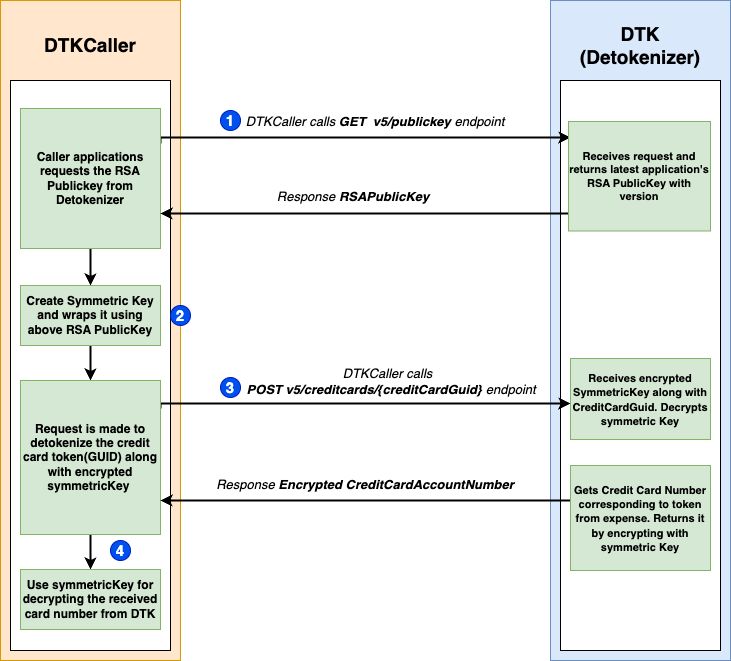
Before: src/api-reference/detokenizer/v5.detokenizer-get-started-process-flow.png, a diagram exported from draw.io (SAP-docs/preview.developer.concur.com). Source tidied: cells renumbered, new cells last; positions are measured from the earlier drawing's top-left corner, leaving out a move shared by most shapes. The source it was exported from:
```xml
<mxGraphModel>
  <root>
    <mxCell id="0" />
    <mxCell id="1" parent="0" />
    <mxCell id="2" style="rounded=0;whiteSpace=wrap;html=1;fillColor=#ffe6cc;strokeColor=#d79b00;" parent="1" vertex="1">
      <mxGeometry width="180" height="660" as="geometry" />
    </mxCell>
    <mxCell id="3" style="rounded=0;whiteSpace=wrap;html=1;" parent="1" vertex="1">
      <mxGeometry x="10" y="80" width="160" height="570" as="geometry" />
    </mxCell>
    <mxCell id="4" value="&lt;b&gt;&lt;font style=&quot;font-size: 19px;&quot;&gt;DTKCaller&lt;/font&gt;&lt;/b&gt;" style="text;html=1;align=center;verticalAlign=middle;whiteSpace=wrap;rounded=0;" parent="1" vertex="1">
      <mxGeometry x="60" y="30" width="60" height="30" as="geometry" />
    </mxCell>
    <mxCell id="5" style="rounded=0;whiteSpace=wrap;html=1;fillColor=#dae8fc;strokeColor=#6c8ebf;" parent="1" vertex="1">
      <mxGeometry x="550" width="180" height="660" as="geometry" />
    </mxCell>
    <mxCell id="6" style="rounded=0;whiteSpace=wrap;html=1;" parent="1" vertex="1">
      <mxGeometry x="560" y="80" width="160" height="570" as="geometry" />
    </mxCell>
    <mxCell id="7" value="&lt;b&gt;&lt;font style=&quot;font-size: 19px;&quot;&gt;DTK (Detokenizer)&lt;/font&gt;&lt;/b&gt;" style="text;html=1;align=center;verticalAlign=middle;whiteSpace=wrap;rounded=0;" parent="1" vertex="1">
      <mxGeometry x="610" y="30" width="60" height="30" as="geometry" />
    </mxCell>
    <mxCell id="8" style="edgeStyle=orthogonalEdgeStyle;rounded=0;jettySize=auto;html=1;strokeWidth=2;" parent="1" edge="1" source="9" target="17">
      <mxGeometry relative="1" as="geometry" />
    </mxCell>
    <mxCell id="9" value="&lt;b&gt;Create Symmetric Key and wraps it using above RSA PublicKey&lt;/b&gt;" style="rounded=0;whiteSpace=wrap;html=1;fillColor=#d5e8d4;strokeColor=#82b366;" parent="1" vertex="1">
      <mxGeometry x="20" y="285" width="140" height="60" as="geometry" />
    </mxCell>
    <mxCell id="10" style="edgeStyle=orthogonalEdgeStyle;rounded=0;jettySize=auto;html=1;exitX=1;exitY=0.25;exitDx=0;exitDy=0;strokeWidth=2;" parent="1" edge="1" source="12">
      <mxGeometry relative="1" as="geometry">
        <mxPoint x="570" y="137" as="targetPoint" />
        <Array as="points">
          <mxPoint x="160" y="137" />
        </Array>
      </mxGeometry>
    </mxCell>
    <mxCell id="11" style="edgeStyle=orthogonalEdgeStyle;rounded=0;jettySize=auto;html=1;strokeWidth=2;" parent="1" edge="1" source="12" target="9">
      <mxGeometry relative="1" as="geometry" />
    </mxCell>
    <mxCell id="12" value="&lt;b&gt;Caller applications requests the RSA Publickey from Detokenizer&lt;/b&gt;" style="rounded=0;whiteSpace=wrap;html=1;fillColor=#d5e8d4;strokeColor=#82b366;" parent="1" vertex="1">
      <mxGeometry x="20" y="108" width="140" height="140" as="geometry" />
    </mxCell>
    <mxCell id="13" style="edgeStyle=orthogonalEdgeStyle;rounded=0;jettySize=auto;html=1;exitX=0;exitY=0.75;exitDx=0;exitDy=0;entryX=1;entryY=0.75;entryDx=0;entryDy=0;strokeWidth=2;" parent="1" edge="1" source="14" target="12">
      <mxGeometry relative="1" as="geometry">
        <Array as="points">
          <mxPoint x="570" y="213" />
        </Array>
      </mxGeometry>
    </mxCell>
    <mxCell id="14" value="&lt;b&gt;Receives request and returns latest application's RSA PublicKey with version&lt;/b&gt;" style="rounded=0;whiteSpace=wrap;html=1;fillColor=#d5e8d4;strokeColor=#82b366;fontSize=11;" parent="1" vertex="1">
      <mxGeometry x="568" y="121" width="142" height="109.5" as="geometry" />
    </mxCell>
    <mxCell id="15" style="edgeStyle=orthogonalEdgeStyle;rounded=0;orthogonalLoop=1;jettySize=auto;html=1;exitX=1;exitY=0.25;exitDx=0;exitDy=0;strokeWidth=2;" parent="1" edge="1">
      <mxGeometry relative="1" as="geometry">
        <mxPoint x="160" y="408" as="sourcePoint" />
        <mxPoint x="570" y="403" as="targetPoint" />
        <Array as="points">
          <mxPoint x="160" y="403" />
        </Array>
      </mxGeometry>
    </mxCell>
    <mxCell id="16" style="edgeStyle=orthogonalEdgeStyle;rounded=0;jettySize=auto;html=1;strokeWidth=2;" parent="1" edge="1" source="17" target="21">
      <mxGeometry relative="1" as="geometry" />
    </mxCell>
    <mxCell id="17" value="&lt;b&gt;Request is made to detokenize the credit card token(GUID) along with&amp;nbsp;&lt;/b&gt;&lt;b&gt;encrypted symmetricKey&lt;/b&gt;&lt;b style=&quot;background-color: transparent; color: light-dark(rgb(0, 0, 0), rgb(255, 255, 255));&quot;&gt;&amp;nbsp;&lt;/b&gt;" style="rounded=0;whiteSpace=wrap;html=1;fillColor=#d5e8d4;strokeColor=#82b366;" parent="1" vertex="1">
      <mxGeometry x="20" y="380" width="140" height="154" as="geometry" />
    </mxCell>
    <mxCell id="18" value="&lt;b&gt;&lt;font style=&quot;font-size: 11px;&quot;&gt;Receives encrypted SymmetricKey along with CreditCardGuid. Decrypts symmetric Key&lt;/font&gt;&lt;/b&gt;" style="rounded=0;whiteSpace=wrap;html=1;fillColor=#d5e8d4;strokeColor=#82b366;" parent="1" vertex="1">
      <mxGeometry x="570" y="358" width="140" height="81" as="geometry" />
    </mxCell>
    <mxCell id="19" style="edgeStyle=orthogonalEdgeStyle;rounded=0;orthogonalLoop=1;jettySize=auto;html=1;entryX=1;entryY=0.75;entryDx=0;entryDy=0;strokeWidth=2;" parent="1" edge="1">
      <mxGeometry relative="1" as="geometry">
        <mxPoint x="570" y="500" as="sourcePoint" />
        <mxPoint x="160" y="500" as="targetPoint" />
        <Array as="points">
          <mxPoint x="470" y="500" />
          <mxPoint x="470" y="500" />
        </Array>
      </mxGeometry>
    </mxCell>
    <mxCell id="20" value="&lt;b&gt;&lt;font style=&quot;font-size: 11px;&quot;&gt;Gets Credit Card Number corresponding to token from expense. Returns it by encrypting with symmetric Key&lt;/font&gt;&lt;/b&gt;" style="rounded=0;whiteSpace=wrap;html=1;fillColor=#d5e8d4;strokeColor=#82b366;" parent="1" vertex="1">
      <mxGeometry x="570" y="465" width="140" height="105" as="geometry" />
    </mxCell>
    <mxCell id="21" value="&lt;b&gt;Use symmetricKey for decrypting the received card number from DTK&lt;/b&gt;" style="rounded=0;whiteSpace=wrap;html=1;fillColor=#d5e8d4;strokeColor=#82b366;" parent="1" vertex="1">
      <mxGeometry x="20" y="569" width="140" height="60" as="geometry" />
    </mxCell>
    <mxCell id="22" value="&lt;i&gt;DTKCaller calls &lt;b&gt;GET&amp;nbsp; v5/publickey &lt;/b&gt;endpoint&lt;/i&gt;" style="text;html=1;align=center;verticalAlign=middle;whiteSpace=wrap;rounded=0;fontSize=13;" parent="1" vertex="1">
      <mxGeometry x="235" y="106" width="280" height="30" as="geometry" />
    </mxCell>
    <mxCell id="23" value="&lt;b&gt;&lt;font&gt;1&lt;/font&gt;&lt;/b&gt;" style="ellipse;whiteSpace=wrap;html=1;fillColor=#0050ef;fontColor=#ffffff;strokeColor=#001DBC;fontSize=15;" parent="1" vertex="1">
      <mxGeometry x="220" y="110" width="20" height="20" as="geometry" />
    </mxCell>
    <mxCell id="24" value="&lt;i&gt;DTKCaller calls&lt;/i&gt;&lt;div&gt;&lt;i&gt;&amp;nbsp;&amp;nbsp;&lt;b&gt;POST v5/creditcards/{creditCardGuid}&amp;nbsp;&lt;/b&gt;endpoint&lt;/i&gt;&lt;/div&gt;" style="text;html=1;align=center;verticalAlign=middle;whiteSpace=wrap;rounded=0;fontSize=13;" parent="1" vertex="1">
      <mxGeometry x="235" y="369" width="305" height="24" as="geometry" />
    </mxCell>
    <mxCell id="25" value="&lt;b&gt;&lt;font&gt;3&lt;/font&gt;&lt;/b&gt;" style="ellipse;whiteSpace=wrap;html=1;fillColor=#0050ef;fontColor=#ffffff;strokeColor=#001DBC;fontSize=15;" parent="1" vertex="1">
      <mxGeometry x="220" y="377" width="20" height="20" as="geometry" />
    </mxCell>
    <mxCell id="26" value="&lt;i&gt;Response&amp;nbsp;&lt;b&gt;RSAPublicKey&lt;/b&gt;&lt;/i&gt;" style="text;html=1;align=center;verticalAlign=middle;whiteSpace=wrap;rounded=0;fontSize=13;" parent="1" vertex="1">
      <mxGeometry x="213" y="181" width="280" height="30" as="geometry" />
    </mxCell>
    <mxCell id="27" value="&lt;i&gt;Response &lt;b&gt;Encrypted&amp;nbsp;CreditCardAccountNumber&lt;/b&gt;&lt;/i&gt;" style="text;html=1;align=center;verticalAlign=middle;whiteSpace=wrap;rounded=0;fontSize=13;" parent="1" vertex="1">
      <mxGeometry x="210" y="469" width="310" height="30" as="geometry" />
    </mxCell>
    <mxCell id="28" value="&lt;b&gt;&lt;font&gt;2&lt;/font&gt;&lt;/b&gt;" style="ellipse;whiteSpace=wrap;html=1;fillColor=#0050ef;fontColor=#ffffff;strokeColor=#001DBC;fontSize=15;" parent="1" vertex="1">
      <mxGeometry x="170" y="305" width="20" height="20" as="geometry" />
    </mxCell>
    <mxCell id="29" value="&lt;b&gt;&lt;font&gt;4&lt;/font&gt;&lt;/b&gt;" style="ellipse;whiteSpace=wrap;html=1;fillColor=#0050ef;fontColor=#ffffff;strokeColor=#001DBC;fontSize=15;" parent="1" vertex="1">
      <mxGeometry x="110" y="540" width="20" height="20" as="geometry" />
    </mxCell>
  </root>
</mxGraphModel>
```
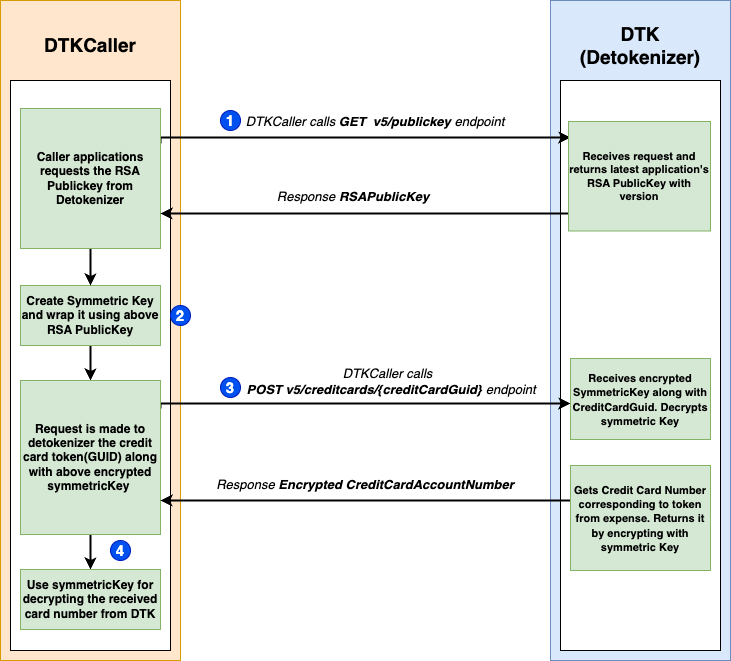
The same file after the commit.

Commit message:
DTK V5 Markdown

Change to the diagram source:
```diff
@@ -23,7 +23,7 @@
     <mxCell id="8" style="edgeStyle=orthogonalEdgeStyle;rounded=0;jettySize=auto;html=1;strokeWidth=2;" parent="1" edge="1" source="9" target="17">
       <mxGeometry relative="1" as="geometry" />
     </mxCell>
-    <mxCell id="9" value="&lt;b&gt;Create Symmetric Key and wraps it using above RSA PublicKey&lt;/b&gt;" style="rounded=0;whiteSpace=wrap;html=1;fillColor=#d5e8d4;strokeColor=#82b366;" parent="1" vertex="1">
+    <mxCell id="9" value="&lt;b&gt;Create Symmetric Key and wrap it using above RSA PublicKey&lt;/b&gt;" style="rounded=0;whiteSpace=wrap;html=1;fillColor=#d5e8d4;strokeColor=#82b366;" parent="1" vertex="1">
       <mxGeometry x="20" y="285" width="140" height="60" as="geometry" />
     </mxCell>
     <mxCell id="10" style="edgeStyle=orthogonalEdgeStyle;rounded=0;jettySize=auto;html=1;exitX=1;exitY=0.25;exitDx=0;exitDy=0;strokeWidth=2;" parent="1" edge="1" source="12">
@@ -62,7 +62,7 @@
     <mxCell id="16" style="edgeStyle=orthogonalEdgeStyle;rounded=0;jettySize=auto;html=1;strokeWidth=2;" parent="1" edge="1" source="17" target="21">
       <mxGeometry relative="1" as="geometry" />
     </mxCell>
-    <mxCell id="17" value="&lt;b&gt;Request is made to detokenize the credit card token(GUID) along with&amp;nbsp;&lt;/b&gt;&lt;b&gt;encrypted symmetricKey&lt;/b&gt;&lt;b style=&quot;background-color: transparent; color: light-dark(rgb(0, 0, 0), rgb(255, 255, 255));&quot;&gt;&amp;nbsp;&lt;/b&gt;" style="rounded=0;whiteSpace=wrap;html=1;fillColor=#d5e8d4;strokeColor=#82b366;" parent="1" vertex="1">
+    <mxCell id="17" value="&lt;b&gt;Request is made to detokenizer the credit card token(GUID) along with above&amp;nbsp;&lt;/b&gt;&lt;b&gt;encrypted symmetricKey&lt;/b&gt;&lt;b style=&quot;background-color: transparent; color: light-dark(rgb(0, 0, 0), rgb(255, 255, 255));&quot;&gt;&amp;nbsp;&lt;/b&gt;" style="rounded=0;whiteSpace=wrap;html=1;fillColor=#d5e8d4;strokeColor=#82b366;" parent="1" vertex="1">
       <mxGeometry x="20" y="380" width="140" height="154" as="geometry" />
     </mxCell>
     <mxCell id="18" value="&lt;b&gt;&lt;font style=&quot;font-size: 11px;&quot;&gt;Receives encrypted SymmetricKey along with CreditCardGuid. Decrypts symmetric Key&lt;/font&gt;&lt;/b&gt;" style="rounded=0;whiteSpace=wrap;html=1;fillColor=#d5e8d4;strokeColor=#82b366;" parent="1" vertex="1">
```
